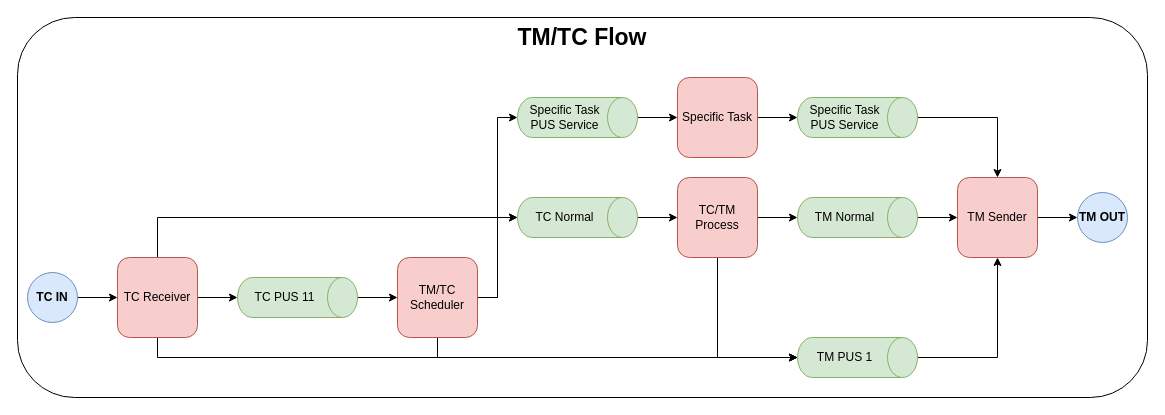
The draw.io diagram doc/images/TMTC_Flow_Graph.drawio in TOLOSAT/flight-software, before the edit. Source tidied: cells renumbered, new cells numbered last; positions are measured from the earlier drawing's top-left corner, leaving out a move shared by most shapes. Both pictures are drawn from the tidied source at 100%, with x=0, y=0 at pixel (17, 17).
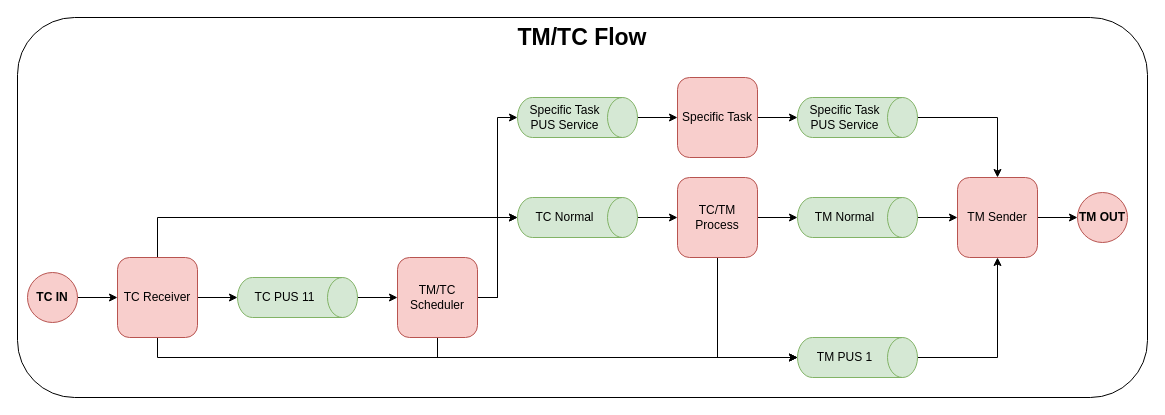
The same page after the edit.

What changed in the source:
```diff
@@
-    <mxCell id="29" value="&lt;b&gt;TC IN&lt;/b&gt;" style="ellipse;whiteSpace=wrap;html=1;fillColor=#dae8fc;strokeColor=#6c8ebf;" parent="1" vertex="1">
+    <mxCell id="29" value="&lt;b&gt;TC IN&lt;/b&gt;" style="ellipse;whiteSpace=wrap;html=1;fillColor=#f8cecc;strokeColor=#b85450;" parent="1" vertex="1">
       <mxGeometry x="10" y="255" width="50" height="50" as="geometry" />
     </mxCell>
-    <mxCell id="30" value="&lt;b&gt;TM OUT&lt;/b&gt;" style="ellipse;whiteSpace=wrap;html=1;fillColor=#dae8fc;strokeColor=#6c8ebf;" parent="1" vertex="1">
+    <mxCell id="30" value="&lt;b&gt;TM OUT&lt;/b&gt;" style="ellipse;whiteSpace=wrap;html=1;fillColor=#f8cecc;strokeColor=#b85450;" parent="1" vertex="1">
       <mxGeometry x="1060" y="175" width="50" height="50" as="geometry" />
     </mxCell>
```
